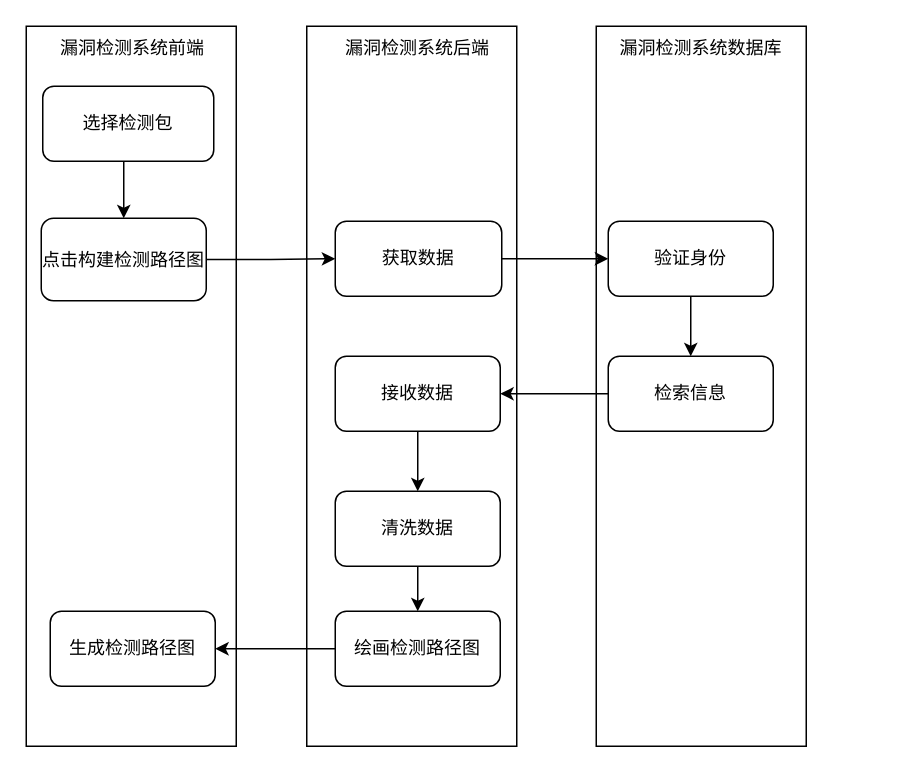
This is 检测图生成流程图.drawio from Niujieheng/GitHub_Jul, a draw.io file, before an edit. Source tidied: cells renumbered, new cells numbered last; positions are measured from the earlier drawing's top-left corner, leaving out a move shared by most shapes. Both pictures are drawn from the tidied source at 150%, with x=0, y=0 at pixel (26, 26).
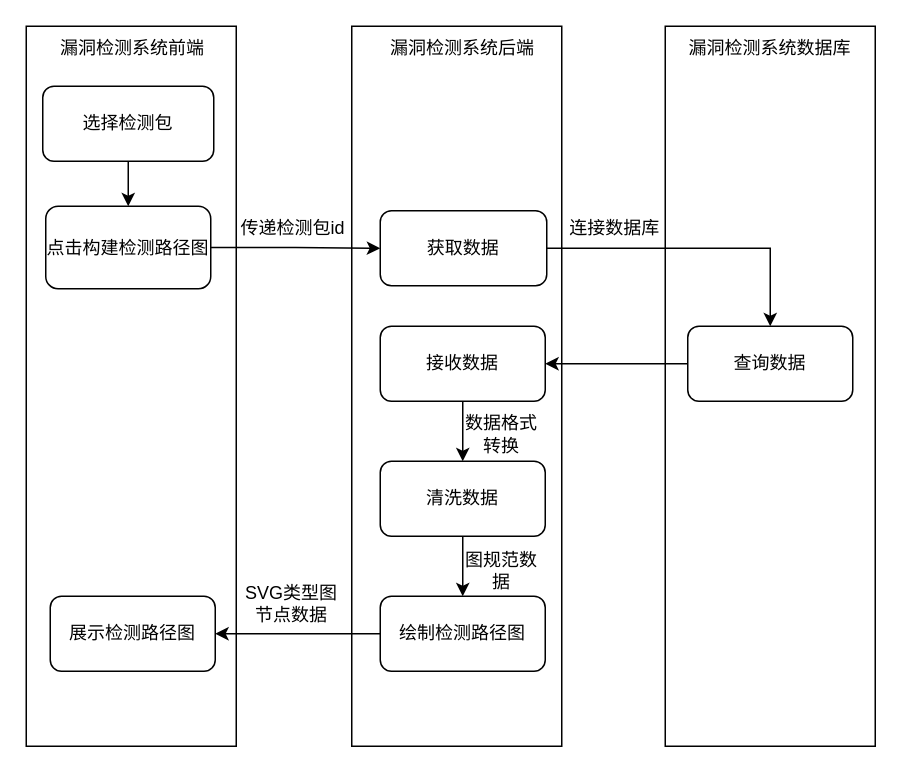
After the change.

Commit message:
更新检测图生成流程图.drawio

What changed in the source:
```diff
@@
     <mxCell id="2" style="rounded=0;whiteSpace=wrap;html=1;" parent="1" vertex="1">
-      <mxGeometry x="380" width="140" height="480" as="geometry" />
+      <mxGeometry x="426" width="140" height="480" as="geometry" />
     </mxCell>
     <mxCell id="3" style="rounded=0;whiteSpace=wrap;html=1;" parent="1" vertex="1">
-      <mxGeometry x="187" width="140" height="480" as="geometry" />
+      <mxGeometry x="217" width="140" height="480" as="geometry" />
     </mxCell>
@@
     <mxCell id="8" value="点击构建检测路径图" style="rounded=1;whiteSpace=wrap;html=1;" parent="1" vertex="1">
-      <mxGeometry x="10" y="128" width="110" height="55" as="geometry" />
+      <mxGeometry x="13" y="120" width="110" height="55" as="geometry" />
     </mxCell>
-    <mxCell id="9" style="edgeStyle=orthogonalEdgeStyle;rounded=0;jettySize=auto;html=1;exitX=1;exitY=0.5;exitDx=0;exitDy=0;" parent="1" edge="1" source="10" target="12">
-      <mxGeometry relative="1" as="geometry" />
-    </mxCell>
+    <mxCell id="25" style="edgeStyle=orthogonalEdgeStyle;rounded=0;jettySize=auto;html=1;exitX=1;exitY=0.5;exitDx=0;exitDy=0;" parent="1" edge="1" source="10" target="14">
+      <mxGeometry relative="1" as="geometry" />
+    </mxCell>
     <mxCell id="10" value="获取数据" style="rounded=1;whiteSpace=wrap;html=1;" parent="1" vertex="1">
-      <mxGeometry x="206" y="130" width="111" height="50" as="geometry" />
+      <mxGeometry x="236" y="123" width="111" height="50" as="geometry" />
     </mxCell>
-    <mxCell id="11" style="edgeStyle=orthogonalEdgeStyle;rounded=0;jettySize=auto;html=1;exitX=0.5;exitY=1;exitDx=0;exitDy=0;" parent="1" edge="1" source="12" target="14">
-      <mxGeometry relative="1" as="geometry" />
-    </mxCell>
-    <mxCell id="12" value="验证身份" style="rounded=1;whiteSpace=wrap;html=1;" parent="1" vertex="1">
-      <mxGeometry x="388" y="130" width="110" height="50" as="geometry" />
-    </mxCell>
@@
-    <mxCell id="14" value="检索信息" style="rounded=1;whiteSpace=wrap;html=1;" parent="1" vertex="1">
-      <mxGeometry x="388" y="220" width="110" height="50" as="geometry" />
+    <mxCell id="14" value="查询数据" style="rounded=1;whiteSpace=wrap;html=1;" parent="1" vertex="1">
+      <mxGeometry x="441" y="200" width="110" height="50" as="geometry" />
     </mxCell>
@@
     <mxCell id="16" value="接收数据" style="rounded=1;whiteSpace=wrap;html=1;" parent="1" vertex="1">
-      <mxGeometry x="206" y="220" width="110" height="50" as="geometry" />
+      <mxGeometry x="236" y="200" width="110" height="50" as="geometry" />
     </mxCell>
@@
     <mxCell id="18" value="清洗数据" style="rounded=1;whiteSpace=wrap;html=1;" parent="1" vertex="1">
-      <mxGeometry x="206" y="310" width="110" height="50" as="geometry" />
+      <mxGeometry x="236" y="290" width="110" height="50" as="geometry" />
     </mxCell>
@@
-    <mxCell id="20" value="绘画检测路径图" style="rounded=1;whiteSpace=wrap;html=1;" parent="1" vertex="1">
-      <mxGeometry x="206" y="390" width="110" height="50" as="geometry" />
+    <mxCell id="20" value="绘制检测路径图" style="rounded=1;whiteSpace=wrap;html=1;" parent="1" vertex="1">
+      <mxGeometry x="236" y="380" width="110" height="50" as="geometry" />
     </mxCell>
-    <mxCell id="21" value="生成检测路径图" style="rounded=1;whiteSpace=wrap;html=1;" parent="1" vertex="1">
-      <mxGeometry x="16" y="390" width="110" height="50" as="geometry" />
+    <mxCell id="21" value="展示检测路径图" style="rounded=1;whiteSpace=wrap;html=1;" parent="1" vertex="1">
+      <mxGeometry x="16" y="380" width="110" height="50" as="geometry" />
     </mxCell>
@@
     <mxCell id="23" value="漏洞检测系统后端" style="text;html=1;strokeColor=none;fillColor=none;align=center;verticalAlign=middle;whiteSpace=wrap;rounded=0;" parent="1" vertex="1">
-      <mxGeometry x="211" width="100" height="30" as="geometry" />
+      <mxGeometry x="241" width="100" height="30" as="geometry" />
     </mxCell>
     <mxCell id="24" value="漏洞检测系统数据库" style="text;html=1;strokeColor=none;fillColor=none;align=center;verticalAlign=middle;whiteSpace=wrap;rounded=0;" parent="1" vertex="1">
-      <mxGeometry x="395" width="110" height="30" as="geometry" />
+      <mxGeometry x="441" width="110" height="30" as="geometry" />
     </mxCell>
+    <mxCell id="26" value="传递检测包id" style="text;html=1;strokeColor=none;fillColor=none;align=center;verticalAlign=middle;whiteSpace=wrap;rounded=0;" parent="1" vertex="1">
+      <mxGeometry x="138" y="120" width="80" height="30" as="geometry" />
+    </mxCell>
+    <mxCell id="27" value="连接数据库" style="text;html=1;strokeColor=none;fillColor=none;align=center;verticalAlign=middle;whiteSpace=wrap;rounded=0;" parent="1" vertex="1">
+      <mxGeometry x="351" y="120" width="83" height="30" as="geometry" />
+    </mxCell>
+    <mxCell id="28" value="数据格式转换" style="text;html=1;strokeColor=none;fillColor=none;align=center;verticalAlign=middle;whiteSpace=wrap;rounded=0;" parent="1" vertex="1">
+      <mxGeometry x="287" y="257" width="60" height="30" as="geometry" />
+    </mxCell>
+    <mxCell id="29" value="图规范数据" style="text;html=1;strokeColor=none;fillColor=none;align=center;verticalAlign=middle;whiteSpace=wrap;rounded=0;" parent="1" vertex="1">
+      <mxGeometry x="287" y="348" width="60" height="30" as="geometry" />
+    </mxCell>
+    <mxCell id="30" value="SVG类型图&lt;br&gt;节点数据" style="text;html=1;strokeColor=none;fillColor=none;align=center;verticalAlign=middle;whiteSpace=wrap;rounded=0;" parent="1" vertex="1">
+      <mxGeometry x="145" y="370" width="64" height="30" as="geometry" />
+    </mxCell>
```
